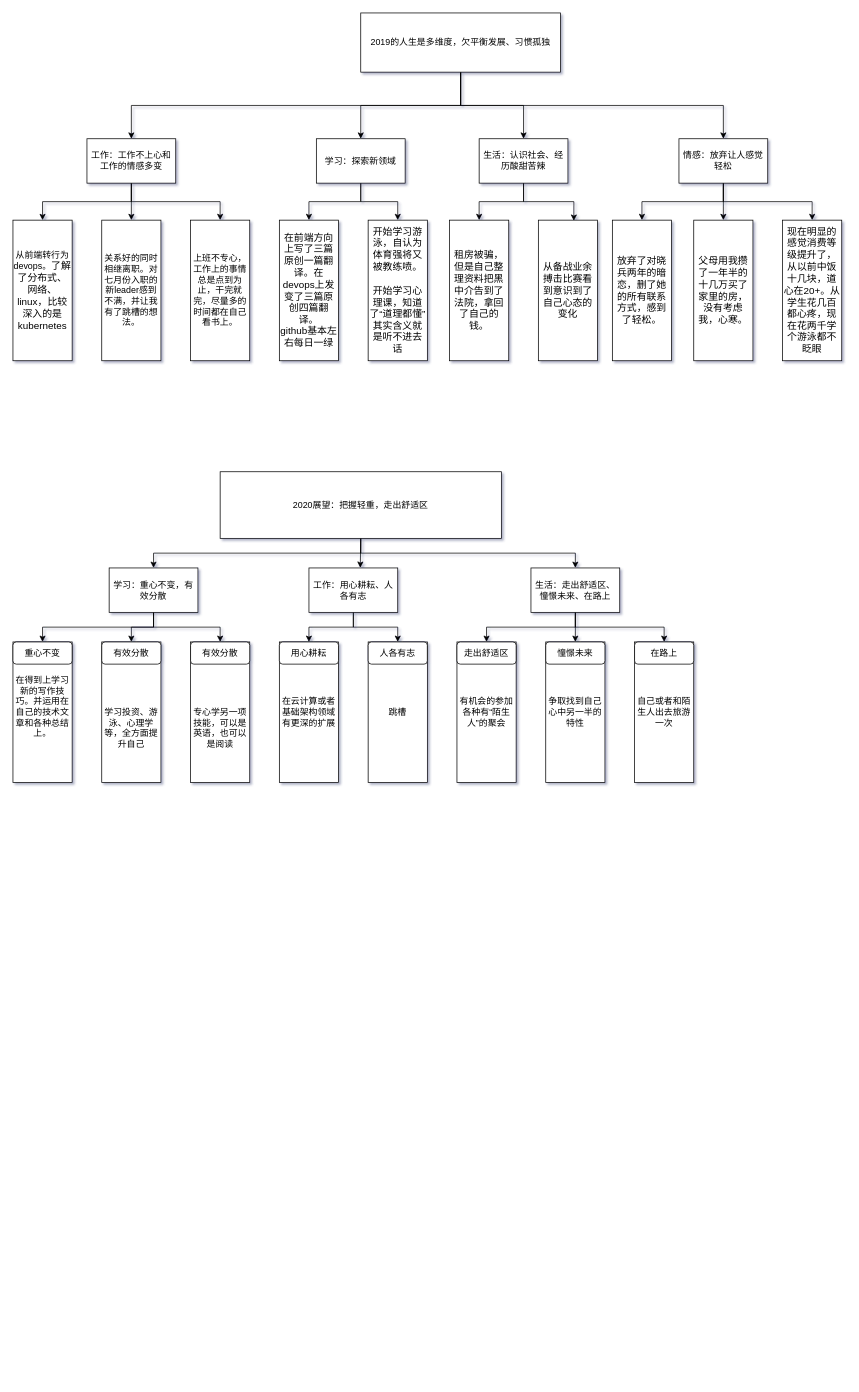
Before: 2019-summary.drawio in helios741/plan, a draw.io diagram. Source tidied: cells renumbered, new cells numbered last; positions are measured from the earlier drawing's top-left corner, leaving out a move shared by most shapes. Both pictures are drawn from the tidied source at 74%, with x=0, y=0 at pixel (13, 13).
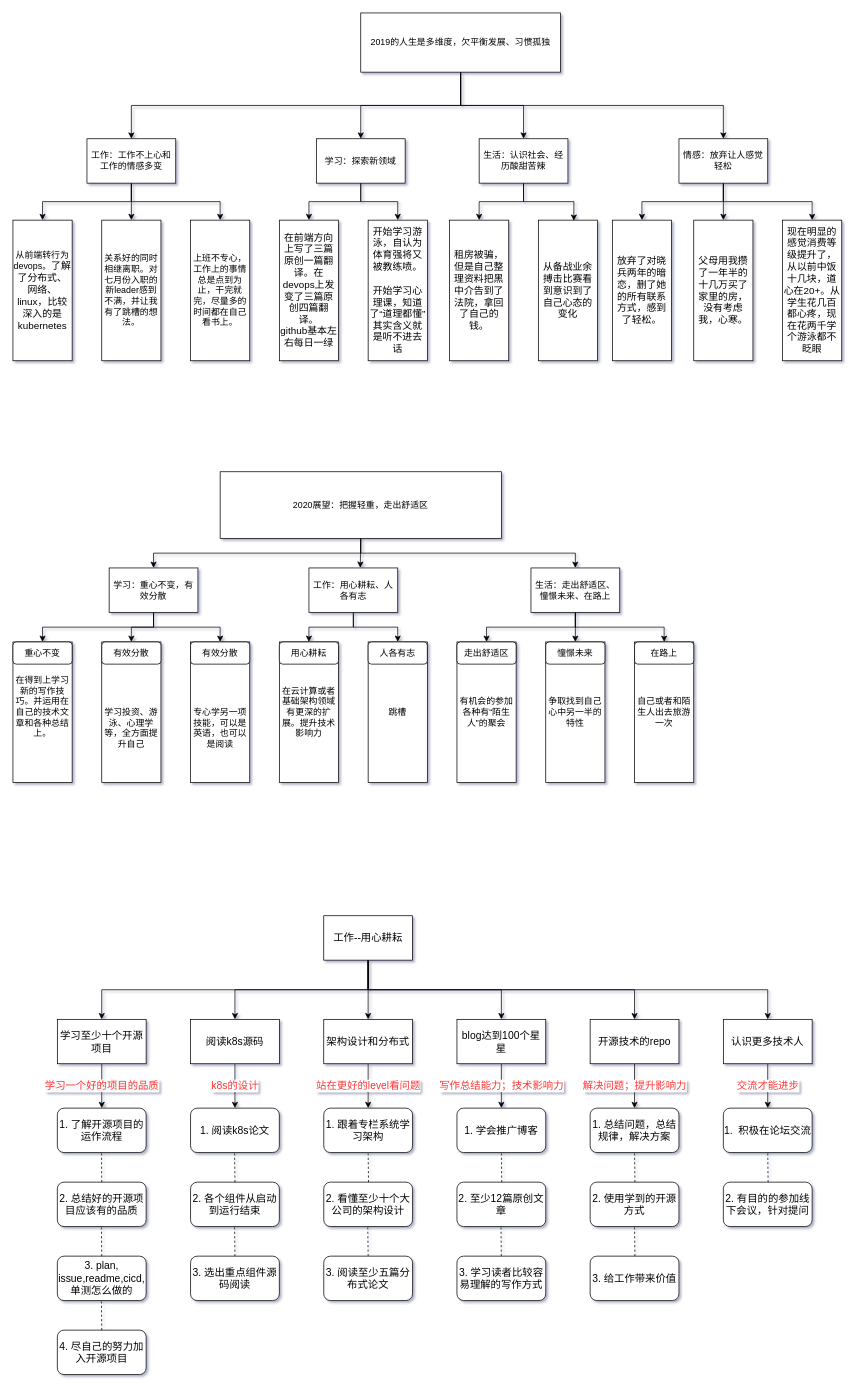
Above is the later version.

Change to the diagram source:
```diff
@@
-    <mxCell id="39" value="在云计算或者基础架构领域有更深的扩展" style="rounded=0;whiteSpace=wrap;html=1;" parent="1" vertex="1">
+    <mxCell id="39" value="在云计算或者基础架构领域有更深的扩展。提升技术影响力" style="rounded=0;whiteSpace=wrap;html=1;" parent="1" vertex="1">
       <mxGeometry x="360" y="850" width="80" height="190" as="geometry" />
     </mxCell>
@@
+    <mxCell id="62" style="edgeStyle=orthogonalEdgeStyle;rounded=0;jettySize=auto;html=1;exitX=0.5;exitY=1;exitDx=0;exitDy=0;fontSize=14;" parent="1" edge="1" source="68" target="70">
+      <mxGeometry relative="1" as="geometry" />
+    </mxCell>
+    <mxCell id="63" style="edgeStyle=orthogonalEdgeStyle;rounded=0;jettySize=auto;html=1;exitX=0.5;exitY=1;exitDx=0;exitDy=0;entryX=0.5;entryY=0;entryDx=0;entryDy=0;fontSize=14;" parent="1" edge="1" source="68" target="72">
+      <mxGeometry relative="1" as="geometry" />
+    </mxCell>
+    <mxCell id="64" style="edgeStyle=orthogonalEdgeStyle;rounded=0;jettySize=auto;html=1;entryX=0.5;entryY=0;entryDx=0;entryDy=0;fontSize=14;" parent="1" edge="1" source="68" target="74">
+      <mxGeometry relative="1" as="geometry" />
+    </mxCell>
+    <mxCell id="65" style="edgeStyle=orthogonalEdgeStyle;rounded=0;jettySize=auto;html=1;entryX=0.5;entryY=0;entryDx=0;entryDy=0;fontSize=14;" parent="1" edge="1" source="68" target="76">
+      <mxGeometry relative="1" as="geometry">
+        <Array as="points">
+          <mxPoint x="480" y="1320" />
+          <mxPoint x="660" y="1320" />
+        </Array>
+      </mxGeometry>
+    </mxCell>
+    <mxCell id="66" style="edgeStyle=orthogonalEdgeStyle;rounded=0;jettySize=auto;html=1;exitX=0.5;exitY=1;exitDx=0;exitDy=0;fontSize=14;" parent="1" edge="1" source="68" target="78">
+      <mxGeometry relative="1" as="geometry" />
+    </mxCell>
+    <mxCell id="67" style="edgeStyle=orthogonalEdgeStyle;rounded=0;jettySize=auto;html=1;exitX=0.5;exitY=1;exitDx=0;exitDy=0;entryX=0.5;entryY=0;entryDx=0;entryDy=0;fontSize=14;" parent="1" edge="1" source="68" target="80">
+      <mxGeometry relative="1" as="geometry" />
+    </mxCell>
+    <mxCell id="68" value="工作--用心耕耘" style="rounded=0;whiteSpace=wrap;html=1;fontSize=14;" parent="1" vertex="1">
+      <mxGeometry x="420" y="1220" width="120" height="60" as="geometry" />
+    </mxCell>
+    <mxCell id="69" value="&lt;span style=&quot;color: rgb(255, 51, 51); font-size: 14px; background-color: rgb(248, 249, 250);&quot;&gt;学习一个好的项目的品质&lt;/span&gt;" style="edgeStyle=orthogonalEdgeStyle;rounded=0;jettySize=auto;html=1;fontSize=14;" parent="1" edge="1" source="70" target="81">
+      <mxGeometry relative="1" as="geometry" />
+    </mxCell>
+    <mxCell id="70" value="学习至少十个开源项目" style="rounded=0;whiteSpace=wrap;html=1;fontSize=14;" parent="1" vertex="1">
+      <mxGeometry x="60" y="1360" width="120" height="60" as="geometry" />
+    </mxCell>
+    <mxCell id="71" value="&lt;span style=&quot;color: rgb(255, 51, 51); font-size: 14px;&quot;&gt;k8s的设计&lt;/span&gt;" style="edgeStyle=orthogonalEdgeStyle;rounded=0;jettySize=auto;html=1;fontSize=14;" parent="1" edge="1" source="72" target="88">
+      <mxGeometry relative="1" as="geometry" />
+    </mxCell>
+    <mxCell id="72" value="阅读k8s源码" style="rounded=0;whiteSpace=wrap;html=1;fontSize=14;" parent="1" vertex="1">
+      <mxGeometry x="240" y="1360" width="120" height="60" as="geometry" />
+    </mxCell>
+    <mxCell id="73" value="&lt;span style=&quot;color: rgb(255, 51, 51); font-size: 14px;&quot;&gt;站在更好的level看问题&lt;/span&gt;" style="edgeStyle=orthogonalEdgeStyle;rounded=0;jettySize=auto;html=1;fontSize=14;" parent="1" edge="1" source="74" target="93">
+      <mxGeometry relative="1" as="geometry">
+        <Array as="points">
+          <mxPoint x="480" y="1450" />
+          <mxPoint x="480" y="1450" />
+        </Array>
+      </mxGeometry>
+    </mxCell>
+    <mxCell id="74" value="架构设计和分布式" style="rounded=0;whiteSpace=wrap;html=1;fontSize=14;" parent="1" vertex="1">
+      <mxGeometry x="420" y="1360" width="120" height="60" as="geometry" />
+    </mxCell>
+    <mxCell id="75" value="&lt;font color=&quot;#ff3333&quot; style=&quot;font-size: 14px;&quot;&gt;写作总结能力；技术影响力&lt;/font&gt;" style="edgeStyle=orthogonalEdgeStyle;rounded=0;jettySize=auto;html=1;fontSize=14;" parent="1" edge="1" source="76" target="98">
+      <mxGeometry relative="1" as="geometry" />
+    </mxCell>
+    <mxCell id="76" value="blog达到100个星星" style="rounded=0;whiteSpace=wrap;html=1;fontSize=14;" parent="1" vertex="1">
+      <mxGeometry x="600" y="1360" width="120" height="60" as="geometry" />
+    </mxCell>
+    <mxCell id="77" value="&lt;font color=&quot;#ff3333&quot; style=&quot;font-size: 14px;&quot;&gt;解决问题；提升影响力&lt;/font&gt;" style="edgeStyle=orthogonalEdgeStyle;rounded=0;jettySize=auto;html=1;fontSize=14;" parent="1" edge="1" source="78" target="103">
+      <mxGeometry relative="1" as="geometry" />
+    </mxCell>
+    <mxCell id="78" value="开源技术的repo" style="rounded=0;whiteSpace=wrap;html=1;fontSize=14;" parent="1" vertex="1">
+      <mxGeometry x="780" y="1360" width="120" height="60" as="geometry" />
+    </mxCell>
+    <mxCell id="79" value="&lt;font color=&quot;#ff3333&quot; style=&quot;font-size: 14px;&quot;&gt;交流才能进步&lt;/font&gt;" style="edgeStyle=orthogonalEdgeStyle;rounded=0;jettySize=auto;html=1;fontSize=14;" parent="1" edge="1" source="80" target="108">
+      <mxGeometry relative="1" as="geometry" />
+    </mxCell>
+    <mxCell id="80" value="认识更多技术人" style="rounded=0;whiteSpace=wrap;html=1;fontSize=14;" parent="1" vertex="1">
+      <mxGeometry x="960" y="1360" width="120" height="60" as="geometry" />
+    </mxCell>
+    <mxCell id="81" value="1. 了解开源项目的运作流程" style="rounded=1;whiteSpace=wrap;html=1;fontSize=14;" parent="1" vertex="1">
+      <mxGeometry x="60" y="1480" width="120" height="60" as="geometry" />
+    </mxCell>
+    <mxCell id="82" value="2. 总结好的开源项目应该有的品质" style="rounded=1;whiteSpace=wrap;html=1;fontSize=14;" parent="1" vertex="1">
+      <mxGeometry x="60" y="1580" width="120" height="60" as="geometry" />
+    </mxCell>
+    <mxCell id="83" value="3. plan, issue,readme,cicd,单测怎么做的" style="rounded=1;whiteSpace=wrap;html=1;fontSize=14;" parent="1" vertex="1">
+      <mxGeometry x="60" y="1680" width="120" height="60" as="geometry" />
+    </mxCell>
+    <mxCell id="84" value="4. 尽自己的努力加入开源项目" style="rounded=1;whiteSpace=wrap;html=1;fontSize=14;" parent="1" vertex="1">
+      <mxGeometry x="60" y="1780" width="120" height="60" as="geometry" />
+    </mxCell>
+    <mxCell id="85" style="endArrow=none;html=1;entryX=0.5;entryY=1;entryDx=0;entryDy=0;dashed=1;fontSize=14;" parent="1" edge="1">
+      <mxGeometry relative="1" as="geometry">
+        <mxPoint x="120" y="1580" as="sourcePoint" />
+        <mxPoint x="119.5" y="1540" as="targetPoint" />
+      </mxGeometry>
+    </mxCell>
+    <mxCell id="86" style="endArrow=none;html=1;entryX=0.5;entryY=1;entryDx=0;entryDy=0;dashed=1;fontSize=14;" parent="1" edge="1">
+      <mxGeometry relative="1" as="geometry">
+        <mxPoint x="120" y="1680" as="sourcePoint" />
+        <mxPoint x="119.5" y="1640" as="targetPoint" />
+      </mxGeometry>
+    </mxCell>
+    <mxCell id="87" style="endArrow=none;html=1;entryX=0.5;entryY=1;entryDx=0;entryDy=0;dashed=1;fontSize=14;" parent="1" edge="1">
+      <mxGeometry relative="1" as="geometry">
+        <mxPoint x="120" y="1780" as="sourcePoint" />
+        <mxPoint x="119.5" y="1740" as="targetPoint" />
+      </mxGeometry>
+    </mxCell>
+    <mxCell id="88" value="1. 阅读k8s论文" style="rounded=1;whiteSpace=wrap;html=1;fontSize=14;" parent="1" vertex="1">
+      <mxGeometry x="240" y="1480" width="120" height="60" as="geometry" />
+    </mxCell>
+    <mxCell id="89" value="2. 各个组件从启动到运行结束" style="rounded=1;whiteSpace=wrap;html=1;fontSize=14;" parent="1" vertex="1">
+      <mxGeometry x="240" y="1580" width="120" height="60" as="geometry" />
+    </mxCell>
+    <mxCell id="90" value="3. 选出重点组件源码阅读" style="rounded=1;whiteSpace=wrap;html=1;fontSize=14;" parent="1" vertex="1">
+      <mxGeometry x="240" y="1680" width="120" height="60" as="geometry" />
+    </mxCell>
+    <mxCell id="91" style="endArrow=none;html=1;entryX=0.5;entryY=1;entryDx=0;entryDy=0;dashed=1;fontSize=14;" parent="1" edge="1">
+      <mxGeometry relative="1" as="geometry">
+        <mxPoint x="300" y="1580" as="sourcePoint" />
+        <mxPoint x="299.5" y="1540" as="targetPoint" />
+      </mxGeometry>
+    </mxCell>
+    <mxCell id="92" style="endArrow=none;html=1;entryX=0.5;entryY=1;entryDx=0;entryDy=0;dashed=1;fontSize=14;" parent="1" edge="1">
+      <mxGeometry relative="1" as="geometry">
+        <mxPoint x="300" y="1680" as="sourcePoint" />
+        <mxPoint x="299.5" y="1640" as="targetPoint" />
+      </mxGeometry>
+    </mxCell>
+    <mxCell id="93" value="1. 跟着专栏系统学习架构" style="rounded=1;whiteSpace=wrap;html=1;fontSize=14;" parent="1" vertex="1">
+      <mxGeometry x="420" y="1480" width="120" height="60" as="geometry" />
+    </mxCell>
+    <mxCell id="94" value="2. 看懂至少十个大公司的架构设计" style="rounded=1;whiteSpace=wrap;html=1;fontSize=14;" parent="1" vertex="1">
+      <mxGeometry x="420" y="1580" width="120" height="60" as="geometry" />
+    </mxCell>
+    <mxCell id="95" value="3. 阅读至少五篇分布式论文" style="rounded=1;whiteSpace=wrap;html=1;fontSize=14;" parent="1" vertex="1">
+      <mxGeometry x="420" y="1680" width="120" height="60" as="geometry" />
+    </mxCell>
+    <mxCell id="96" style="endArrow=none;html=1;entryX=0.5;entryY=1;entryDx=0;entryDy=0;dashed=1;fontSize=14;" parent="1" edge="1">
+      <mxGeometry relative="1" as="geometry">
+        <mxPoint x="480.5" y="1580" as="sourcePoint" />
+        <mxPoint x="480" y="1540" as="targetPoint" />
+      </mxGeometry>
+    </mxCell>
+    <mxCell id="97" style="endArrow=none;html=1;entryX=0.5;entryY=1;entryDx=0;entryDy=0;dashed=1;fontSize=14;" parent="1" edge="1">
+      <mxGeometry relative="1" as="geometry">
+        <mxPoint x="480" y="1680" as="sourcePoint" />
+        <mxPoint x="479.5" y="1640" as="targetPoint" />
+      </mxGeometry>
+    </mxCell>
+    <mxCell id="98" value="1. 学会推广博客" style="rounded=1;whiteSpace=wrap;html=1;fontSize=14;" parent="1" vertex="1">
+      <mxGeometry x="600" y="1480" width="120" height="60" as="geometry" />
+    </mxCell>
+    <mxCell id="99" value="2. 至少12篇原创文章" style="rounded=1;whiteSpace=wrap;html=1;fontSize=14;" parent="1" vertex="1">
+      <mxGeometry x="600" y="1580" width="120" height="60" as="geometry" />
+    </mxCell>
+    <mxCell id="100" value="3. 学习读者比较容易理解的写作方式" style="rounded=1;whiteSpace=wrap;html=1;fontSize=14;" parent="1" vertex="1">
+      <mxGeometry x="600" y="1680" width="120" height="60" as="geometry" />
+    </mxCell>
+    <mxCell id="101" style="endArrow=none;html=1;entryX=0.5;entryY=1;entryDx=0;entryDy=0;dashed=1;fontSize=14;" parent="1" edge="1">
+      <mxGeometry relative="1" as="geometry">
+        <mxPoint x="660.5" y="1580" as="sourcePoint" />
+        <mxPoint x="660" y="1540" as="targetPoint" />
+      </mxGeometry>
+    </mxCell>
+    <mxCell id="102" style="endArrow=none;html=1;entryX=0.5;entryY=1;entryDx=0;entryDy=0;dashed=1;fontSize=14;" parent="1" edge="1">
+      <mxGeometry relative="1" as="geometry">
+        <mxPoint x="660" y="1680" as="sourcePoint" />
+        <mxPoint x="659.5" y="1640" as="targetPoint" />
+      </mxGeometry>
+    </mxCell>
+    <mxCell id="103" value="1. 总结问题，总结规律，解决方案" style="rounded=1;whiteSpace=wrap;html=1;fontSize=14;" parent="1" vertex="1">
+      <mxGeometry x="780" y="1480" width="120" height="60" as="geometry" />
+    </mxCell>
+    <mxCell id="104" value="2. 使用学到的开源方式" style="rounded=1;whiteSpace=wrap;html=1;fontSize=14;" parent="1" vertex="1">
+      <mxGeometry x="780" y="1580" width="120" height="60" as="geometry" />
+    </mxCell>
+    <mxCell id="105" value="3. 给工作带来价值" style="rounded=1;whiteSpace=wrap;html=1;fontSize=14;" parent="1" vertex="1">
+      <mxGeometry x="780" y="1680" width="120" height="60" as="geometry" />
+    </mxCell>
+    <mxCell id="106" style="endArrow=none;html=1;entryX=0.5;entryY=1;entryDx=0;entryDy=0;dashed=1;fontSize=14;" parent="1" edge="1">
+      <mxGeometry relative="1" as="geometry">
+        <mxPoint x="840.5" y="1580" as="sourcePoint" />
+        <mxPoint x="840" y="1540" as="targetPoint" />
+      </mxGeometry>
+    </mxCell>
+    <mxCell id="107" style="endArrow=none;html=1;entryX=0.5;entryY=1;entryDx=0;entryDy=0;dashed=1;fontSize=14;" parent="1" edge="1">
+      <mxGeometry relative="1" as="geometry">
+        <mxPoint x="840.5" y="1680" as="sourcePoint" />
+        <mxPoint x="840" y="1640" as="targetPoint" />
+      </mxGeometry>
+    </mxCell>
+    <mxCell id="108" value="1.&amp;nbsp; 积极在论坛交流" style="rounded=1;whiteSpace=wrap;html=1;fontSize=14;" parent="1" vertex="1">
+      <mxGeometry x="960" y="1480" width="120" height="60" as="geometry" />
+    </mxCell>
+    <mxCell id="109" value="2. 有目的的参加线下会议，针对提问" style="rounded=1;whiteSpace=wrap;html=1;fontSize=14;" parent="1" vertex="1">
+      <mxGeometry x="960" y="1580" width="120" height="60" as="geometry" />
+    </mxCell>
+    <mxCell id="110" style="endArrow=none;html=1;entryX=0.5;entryY=1;entryDx=0;entryDy=0;dashed=1;fontSize=14;" parent="1" edge="1">
+      <mxGeometry relative="1" as="geometry">
+        <mxPoint x="1020.5" y="1580" as="sourcePoint" />
+        <mxPoint x="1020" y="1540" as="targetPoint" />
+      </mxGeometry>
+    </mxCell>
```
